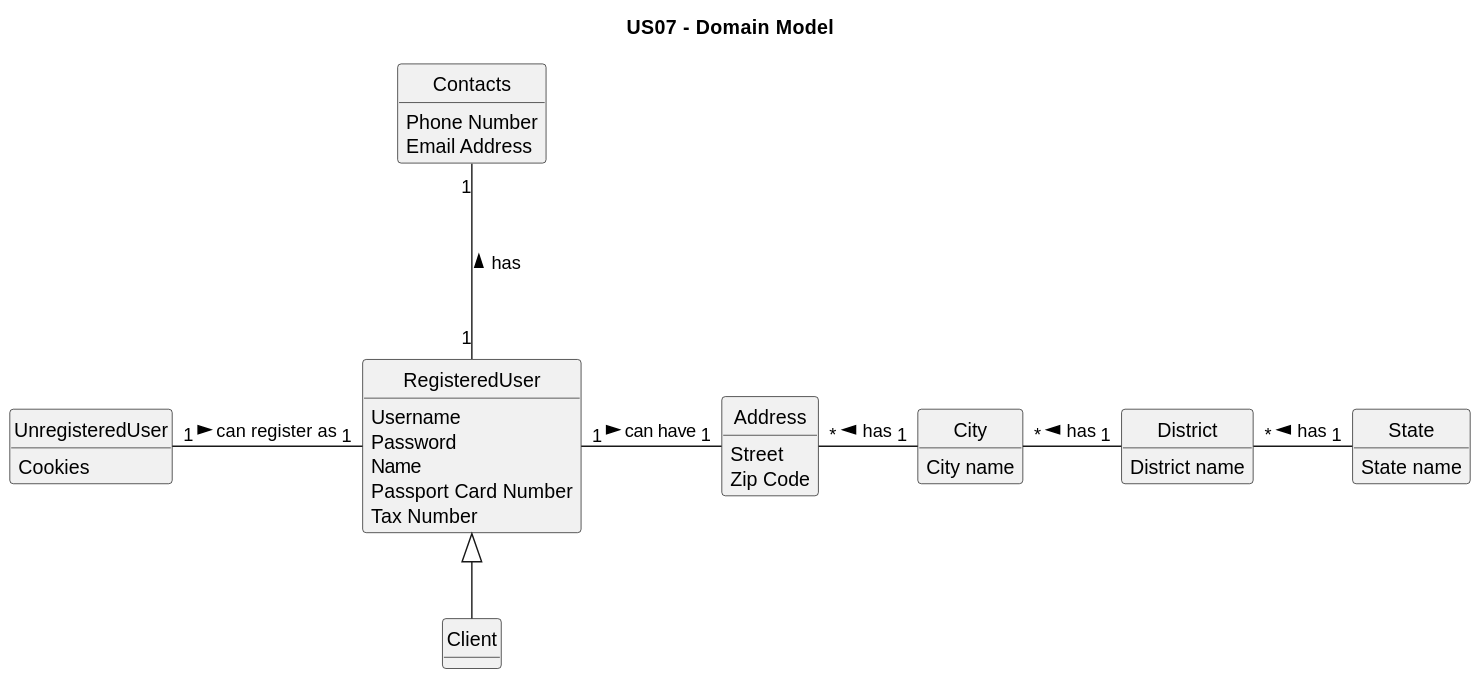
Earlier version of the PlantUML export docs/sprintB/US07/02.analysis/svg/us07-domain-model.svg (PureNimble/ISEP-LAPR2). Source of this version:
```plantuml
@startuml

title US07 - Domain Model

skinparam groupInheritance 2
skinparam monochrome true
skinparam packageStyle rectangle
skinparam shadowing false
skinparam classAttributeIconSize 0
hide circle
hide methods

class UnregisteredUser {
    Cookies
}

class Client {

}

class Contacts {
    Phone Number
    Email Address
}

class State {
    State name
}

class RegisteredUser {
    Username
    Password
    Name
    Passport Card Number
    Tax Number
}

class District {
    District name
}

class City {
    City name
}

class Address {
    Street
    Zip Code
}

UnregisteredUser "1" -right-- "1" RegisteredUser : can register as >
State "1" -left-- "*" District : has >
District "1" -left-- "*" City : has >
City "1" -left-- "*" Address : has >
RegisteredUser "1" -right-- "1" Address : can have >
RegisteredUser "1" -up-- "1" Contacts : has >
RegisteredUser <|-- Client

@enduml
```
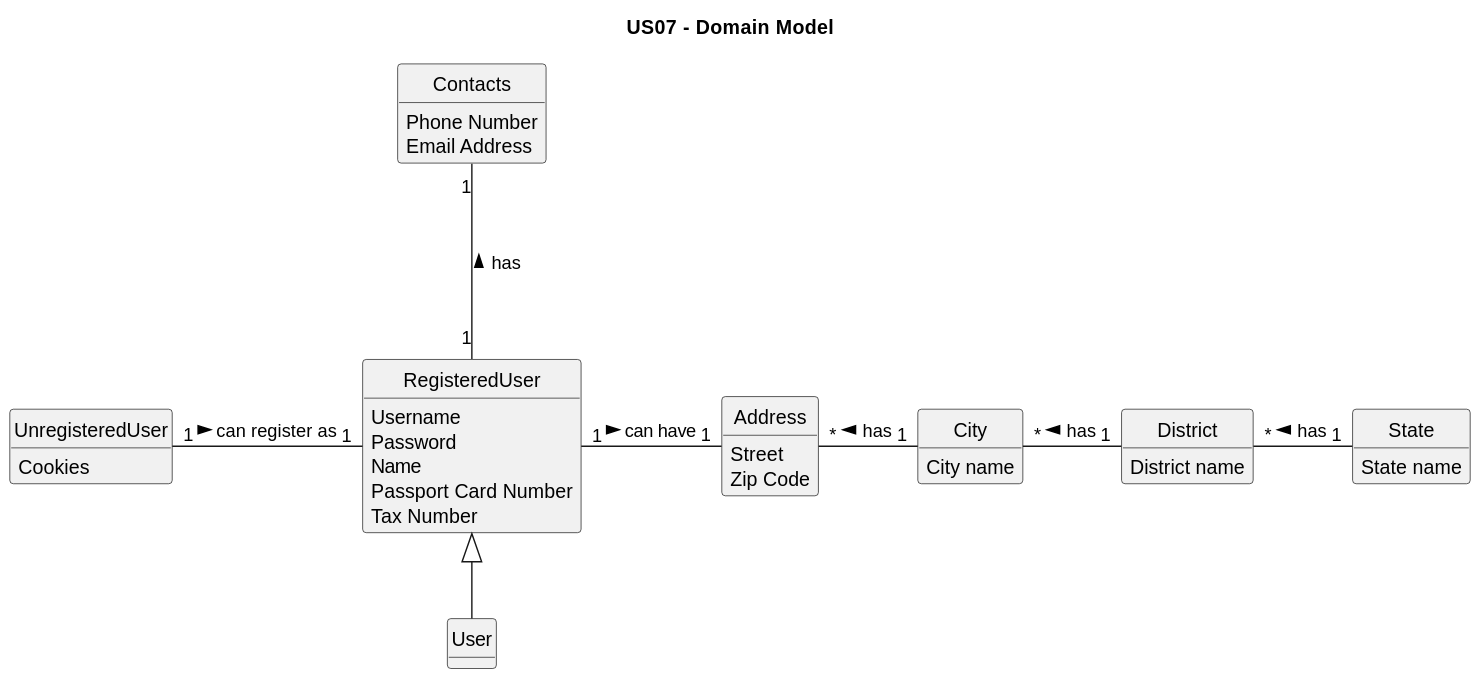
After the commit.

Commit message:
Updated US04 and US07 Domain Models and added svgs for US04 and US07

Diff of the diagram source:
```diff
@@ -12,10 +12,6 @@
 
 class UnregisteredUser {
     Cookies
-}
-
-class Client {
-
 }
 
 class Contacts {
@@ -54,6 +50,5 @@
 City "1" -left-- "*" Address : has >
 RegisteredUser "1" -right-- "1" Address : can have >
 RegisteredUser "1" -up-- "1" Contacts : has >
-RegisteredUser <|-- Client
-
+RegisteredUser <|-- User
 @enduml
```
